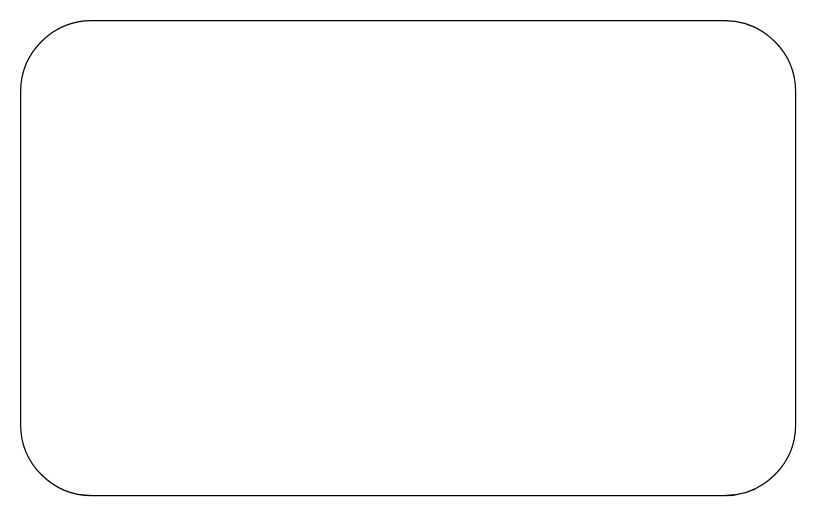
This is Untitled Diagram.drawio from tkdiff/design-pattern-learning-note, a draw.io file, before an edit. Source tidied: cells renumbered, new cells numbered last; positions are measured from the earlier drawing's top-left corner, leaving out a move shared by most shapes. Both pictures are drawn from the tidied source at 125%, with x=0, y=0 at pixel (20, 20).
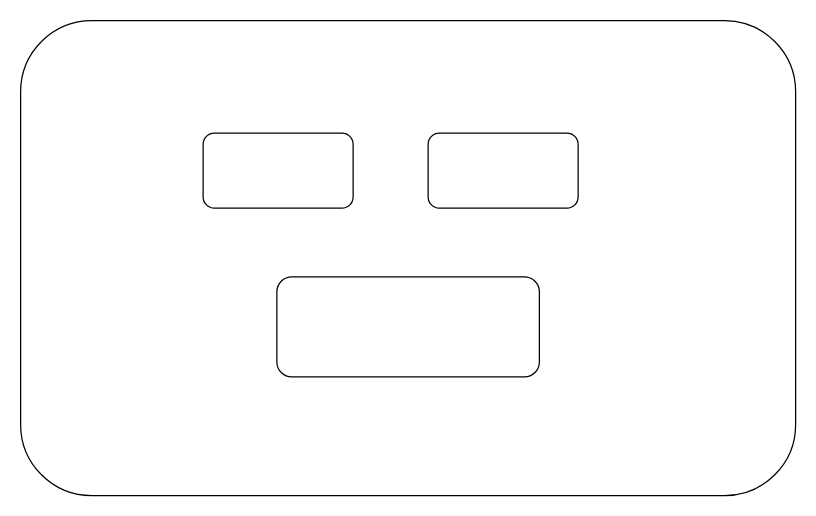
After the change.

The edit, as a diff of the source:
```diff
@@
 <mxGraphModel>
   <root>
     <mxCell id="0" />
     <mxCell id="1" parent="0" />
     <mxCell id="2" style="rounded=1;whiteSpace=wrap;html=1;" parent="1" vertex="1">
       <mxGeometry width="620" height="380" as="geometry" />
     </mxCell>
+    <mxCell id="3" style="rounded=1;whiteSpace=wrap;html=1;" parent="1" vertex="1">
+      <mxGeometry x="146" y="90" width="120" height="60" as="geometry" />
+    </mxCell>
+    <mxCell id="4" style="rounded=1;whiteSpace=wrap;html=1;" parent="1" vertex="1">
+      <mxGeometry x="326" y="90" width="120" height="60" as="geometry" />
+    </mxCell>
+    <mxCell id="5" style="rounded=1;whiteSpace=wrap;html=1;" parent="1" vertex="1">
+      <mxGeometry x="205" y="205" width="210" height="80" as="geometry" />
+    </mxCell>
   </root>
 </mxGraphModel>
```
